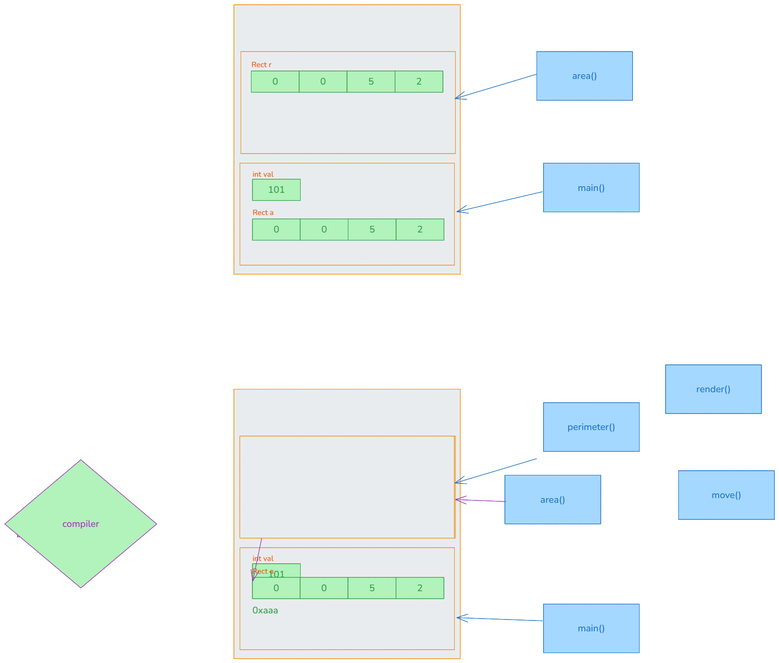
Before: img/02.oop_intro.excalidraw.png, a diagram exported from Excalidraw (silvercodes/P42_cpp_oop). Source tidied: one line per element, renumbered; positions are measured from the earlier drawing's top-left corner, leaving out a move shared by most shapes.
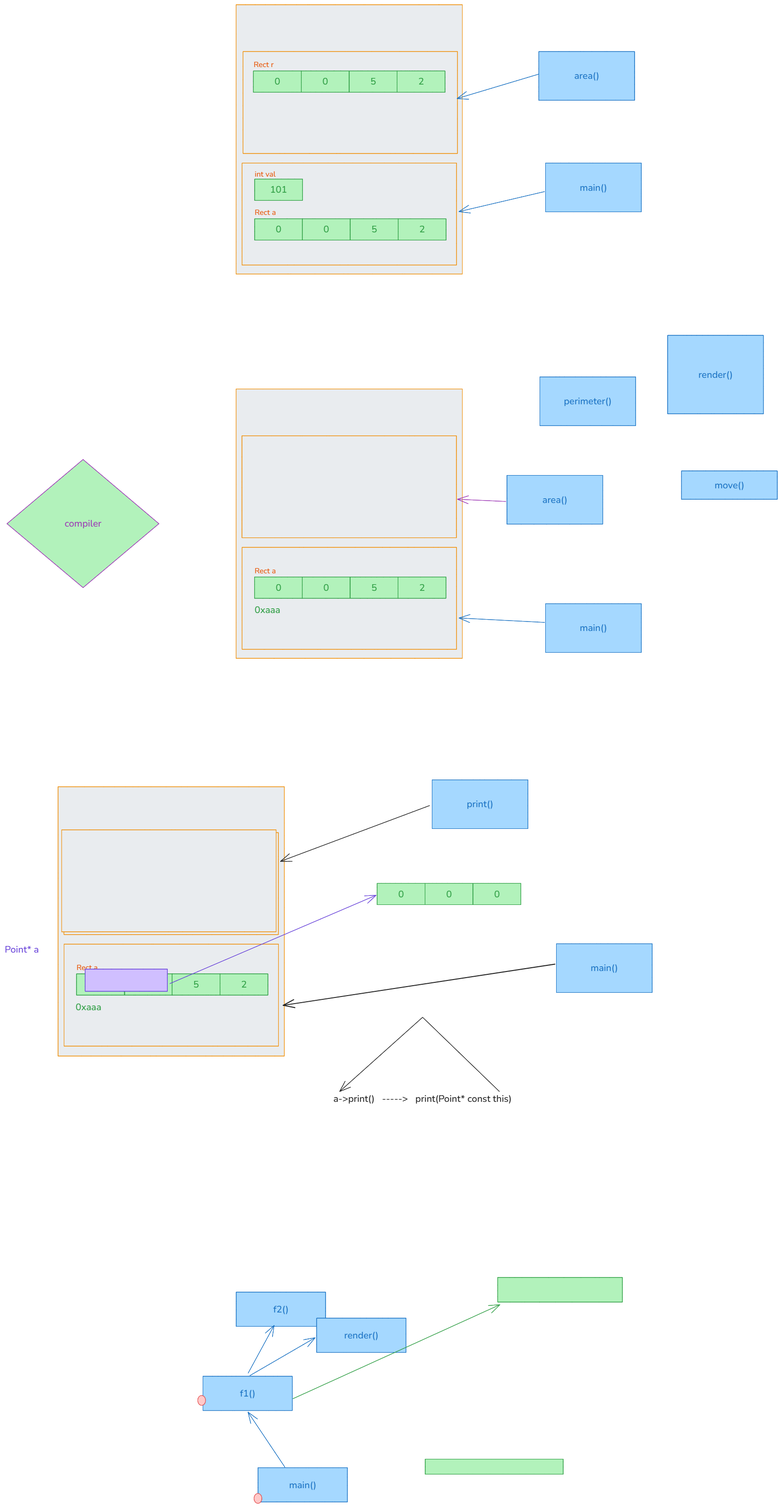
Above is the later version.

Change to the diagram source:
```diff
@@ -30,11 +30,11 @@
 {"id": 29, "type": "text", "text": "Rect r", "strokeColor": "#e8590c", "backgroundColor": "#e9ecef", "fillStyle": "solid", "strokeWidth": 1, "roughness": 0, "fontSize": 16, "fontFamily": 6, "x": 522, "y": 116, "width": 42, "height": 22}
 {"id": 30, "type": "rectangle", "strokeColor": "#f08c00", "backgroundColor": "#e9ecef", "fillStyle": "solid", "strokeWidth": 1, "roughness": 0, "x": 485, "y": 814, "width": 479, "height": 570}
 {"id": 31, "type": "rectangle", "strokeColor": "#f08c00", "backgroundColor": "#e9ecef", "fillStyle": "solid", "strokeWidth": 1, "roughness": 0, "x": 498, "y": 1149, "width": 454, "height": 216}
-{"id": 32, "type": "rectangle", "strokeColor": "#1971c2", "backgroundColor": "#a5d8ff", "fillStyle": "solid", "strokeWidth": 1, "roughness": 0, "x": 1140, "y": 1268, "width": 203, "height": 103}
-{"id": 33, "type": "text", "text": "main()", "strokeColor": "#1971c2", "backgroundColor": "#a5d8ff", "fillStyle": "solid", "strokeWidth": 1, "roughness": 0, "fontSize": 20, "fontFamily": 6, "textAlign": "center", "verticalAlign": "middle", "inside": 32, "x": 1212, "y": 1306, "width": 58, "height": 27}
+{"id": 57, "type": "rectangle", "strokeColor": "#1971c2", "backgroundColor": "#a5d8ff", "fillStyle": "solid", "strokeWidth": 1, "roughness": 0, "x": 1140, "y": 1268, "width": 203, "height": 103}
+{"id": 58, "type": "text", "text": "main()", "strokeColor": "#1971c2", "backgroundColor": "#a5d8ff", "fillStyle": "solid", "strokeWidth": 1, "roughness": 0, "fontSize": 20, "fontFamily": 6, "textAlign": "center", "verticalAlign": "middle", "inside": 57, "x": 1212, "y": 1306, "width": 58, "height": 27}
-{"id": 34, "type": "rectangle", "strokeColor": "#1971c2", "backgroundColor": "#a5d8ff", "fillStyle": "solid", "strokeWidth": 1, "roughness": 0, "x": 1058, "y": 996, "width": 203, "height": 103}
+{"id": 34, "type": "rectangle", "strokeColor": "#1971c2", "backgroundColor": "#a5d8ff", "fillStyle": "solid", "strokeWidth": 1, "roughness": 0, "x": 1058, "y": 997, "width": 203, "height": 103}
-{"id": 35, "type": "text", "text": "area()", "strokeColor": "#1971c2", "backgroundColor": "#a5d8ff", "fillStyle": "solid", "strokeWidth": 1, "roughness": 0, "fontSize": 20, "fontFamily": 6, "textAlign": "center", "verticalAlign": "middle", "inside": 34, "x": 1133, "y": 1034, "width": 53, "height": 27}
+{"id": 35, "type": "text", "text": "area()", "strokeColor": "#1971c2", "backgroundColor": "#a5d8ff", "fillStyle": "solid", "strokeWidth": 1, "roughness": 0, "fontSize": 20, "fontFamily": 6, "textAlign": "center", "verticalAlign": "middle", "inside": 34, "x": 1133, "y": 1035, "width": 53, "height": 27}
-{"id": 36, "type": "arrow", "strokeColor": "#1971c2", "backgroundColor": "#a5d8ff", "fillStyle": "solid", "strokeWidth": 1, "roughness": 0, "endArrowhead": "arrow", "round": true, "from": 32, "to": 31, "x": 1138, "y": 1304, "width": 181, "height": 7, "points": [[0, 0], [-181, -7]]}
+{"id": 36, "type": "arrow", "strokeColor": "#1971c2", "backgroundColor": "#a5d8ff", "fillStyle": "solid", "strokeWidth": 1, "roughness": 0, "endArrowhead": "arrow", "round": true, "from": 57, "to": 31, "x": 1138, "y": 1308, "width": 181, "height": 9, "points": [[0, 0], [-181, -9]]}
 {"id": 37, "type": "rectangle", "strokeColor": "#2f9e44", "backgroundColor": "#b2f2bb", "fillStyle": "solid", "strokeWidth": 1, "roughness": 0, "x": 524, "y": 1212, "width": 101, "height": 45}
 {"id": 38, "type": "text", "text": "0", "strokeColor": "#2f9e44", "backgroundColor": "#b2f2bb", "fillStyle": "solid", "strokeWidth": 1, "roughness": 0, "fontSize": 20, "fontFamily": 6, "textAlign": "center", "verticalAlign": "middle", "inside": 37, "x": 569, "y": 1221, "width": 12, "height": 27}
 {"id": 39, "type": "rectangle", "strokeColor": "#2f9e44", "backgroundColor": "#b2f2bb", "fillStyle": "solid", "strokeWidth": 1, "roughness": 0, "x": 625, "y": 1212, "width": 101, "height": 45}
@@ -45,13 +45,33 @@
 {"id": 44, "type": "text", "text": "2", "strokeColor": "#2f9e44", "backgroundColor": "#b2f2bb", "fillStyle": "solid", "strokeWidth": 1, "roughness": 0, "fontSize": 20, "fontFamily": 6, "textAlign": "center", "verticalAlign": "middle", "inside": 43, "x": 872, "y": 1221, "width": 12, "height": 27}
 {"id": 45, "type": "text", "text": "Rect a", "strokeColor": "#e8590c", "backgroundColor": "#e9ecef", "fillStyle": "solid", "strokeWidth": 1, "roughness": 0, "fontSize": 16, "fontFamily": 6, "x": 524, "y": 1188, "width": 45, "height": 22}
 {"id": 46, "type": "text", "text": "0xaaa", "strokeColor": "#2f9e44", "backgroundColor": "#b2f2bb", "fillStyle": "solid", "strokeWidth": 1, "roughness": 0, "fontSize": 20, "fontFamily": 6, "x": 524, "y": 1268, "width": 54, "height": 27}
-{"id": 47, "type": "rectangle", "strokeColor": "#1971c2", "backgroundColor": "#a5d8ff", "fillStyle": "solid", "strokeWidth": 1, "roughness": 0, "x": 1140, "y": 842, "width": 203, "height": 103}
+{"id": 47, "type": "rectangle", "strokeColor": "#1971c2", "backgroundColor": "#a5d8ff", "fillStyle": "solid", "strokeWidth": 1, "roughness": 0, "x": 1128, "y": 788, "width": 203, "height": 103}
-{"id": 48, "type": "text", "text": "perimeter()", "strokeColor": "#1971c2", "backgroundColor": "#a5d8ff", "fillStyle": "solid", "strokeWidth": 1, "roughness": 0, "fontSize": 20, "fontFamily": 6, "textAlign": "center", "verticalAlign": "middle", "inside": 47, "x": 1191, "y": 880, "width": 101, "height": 27}
+{"id": 48, "type": "text", "text": "perimeter()", "strokeColor": "#1971c2", "backgroundColor": "#a5d8ff", "fillStyle": "solid", "strokeWidth": 1, "roughness": 0, "fontSize": 20, "fontFamily": 6, "textAlign": "center", "verticalAlign": "middle", "inside": 47, "x": 1179, "y": 826, "width": 101, "height": 27}
-{"id": 49, "type": "rectangle", "strokeColor": "#1971c2", "backgroundColor": "#a5d8ff", "fillStyle": "solid", "strokeWidth": 1, "roughness": 0, "x": 1426, "y": 986, "width": 203, "height": 103}
+{"id": 49, "type": "rectangle", "strokeColor": "#1971c2", "backgroundColor": "#a5d8ff", "fillStyle": "solid", "strokeWidth": 1, "roughness": 0, "x": 1428, "y": 987, "width": 203, "height": 60}
-{"id": 50, "type": "text", "text": "move()", "strokeColor": "#1971c2", "backgroundColor": "#a5d8ff", "fillStyle": "solid", "strokeWidth": 1, "roughness": 0, "fontSize": 20, "fontFamily": 6, "textAlign": "center", "verticalAlign": "middle", "inside": 49, "x": 1495, "y": 1024, "width": 63, "height": 27}
+{"id": 50, "type": "text", "text": "move()", "strokeColor": "#1971c2", "backgroundColor": "#a5d8ff", "fillStyle": "solid", "strokeWidth": 1, "roughness": 0, "fontSize": 20, "fontFamily": 6, "textAlign": "center", "verticalAlign": "middle", "inside": 49, "x": 1497, "y": 1004, "width": 63, "height": 27}
-{"id": 51, "type": "rectangle", "strokeColor": "#1971c2", "backgroundColor": "#a5d8ff", "fillStyle": "solid", "strokeWidth": 1, "roughness": 0, "x": 1398, "y": 762, "width": 203, "height": 103}
+{"id": 51, "type": "rectangle", "strokeColor": "#1971c2", "backgroundColor": "#a5d8ff", "fillStyle": "solid", "strokeWidth": 1, "roughness": 0, "x": 1398, "y": 700, "width": 203, "height": 166}
-{"id": 52, "type": "text", "text": "render()", "strokeColor": "#1971c2", "backgroundColor": "#a5d8ff", "fillStyle": "solid", "strokeWidth": 1, "roughness": 0, "fontSize": 20, "fontFamily": 6, "textAlign": "center", "verticalAlign": "middle", "inside": 51, "x": 1463, "y": 800, "width": 73, "height": 27}
+{"id": 52, "type": "text", "text": "render()", "strokeColor": "#1971c2", "backgroundColor": "#a5d8ff", "fillStyle": "solid", "strokeWidth": 1, "roughness": 0, "fontSize": 20, "fontFamily": 6, "textAlign": "center", "verticalAlign": "middle", "inside": 51, "x": 1463, "y": 770, "width": 73, "height": 27}
 {"id": 53, "type": "rectangle", "strokeColor": "#f08c00", "backgroundColor": "#e9ecef", "fillStyle": "solid", "strokeWidth": 1, "roughness": 0, "x": 497, "y": 913, "width": 454, "height": 216}
-{"id": 54, "type": "arrow", "strokeColor": "#9c36b5", "backgroundColor": "#b2f2bb", "fillStyle": "solid", "strokeWidth": 1, "roughness": 0, "endArrowhead": "arrow", "round": true, "from": 34, "to": 53, "x": 1060, "y": 1051, "width": 107, "height": 4, "points": [[0, 0], [-107, -4]]}
+{"id": 54, "type": "arrow", "strokeColor": "#9c36b5", "backgroundColor": "#b2f2bb", "fillStyle": "solid", "strokeWidth": 1, "roughness": 0, "endArrowhead": "arrow", "round": true, "from": 34, "to": 53, "x": 1056, "y": 1052, "width": 102, "height": 5, "points": [[0, 0], [-102, -5]]}
 {"id": 55, "type": "diamond", "strokeColor": "#9c36b5", "backgroundColor": "#b2f2bb", "fillStyle": "solid", "strokeWidth": 1, "roughness": 0, "x": 0, "y": 963, "width": 322, "height": 271}
 {"id": 56, "type": "text", "text": "compiler", "strokeColor": "#9c36b5", "backgroundColor": "#b2f2bb", "fillStyle": "solid", "strokeWidth": 1, "roughness": 0, "fontSize": 20, "fontFamily": 6, "textAlign": "center", "verticalAlign": "middle", "inside": 55, "x": 122, "y": 1085, "width": 78, "height": 27}
+{"id": 59, "type": "rectangle", "strokeColor": "#2f9e44", "backgroundColor": "#b2f2bb", "fillStyle": "solid", "strokeWidth": 1, "roughness": 0, "x": 783, "y": 1860, "width": 101, "height": 45}
+{"id": 60, "type": "text", "text": "0", "strokeColor": "#2f9e44", "backgroundColor": "#b2f2bb", "fillStyle": "solid", "strokeWidth": 1, "roughness": 0, "fontSize": 20, "fontFamily": 6, "textAlign": "center", "verticalAlign": "middle", "inside": 59, "x": 828, "y": 1869, "width": 12, "height": 27}
+{"id": 61, "type": "rectangle", "strokeColor": "#2f9e44", "backgroundColor": "#b2f2bb", "fillStyle": "solid", "strokeWidth": 1, "roughness": 0, "x": 885, "y": 1860, "width": 101, "height": 45}
+{"id": 62, "type": "text", "text": "0", "strokeColor": "#2f9e44", "backgroundColor": "#b2f2bb", "fillStyle": "solid", "strokeWidth": 1, "roughness": 0, "fontSize": 20, "fontFamily": 6, "textAlign": "center", "verticalAlign": "middle", "inside": 61, "x": 929, "y": 1869, "width": 12, "height": 27}
+{"id": 63, "type": "rectangle", "strokeColor": "#2f9e44", "backgroundColor": "#b2f2bb", "fillStyle": "solid", "strokeWidth": 1, "roughness": 0, "x": 986, "y": 1860, "width": 101, "height": 45}
+{"id": 64, "type": "text", "text": "0", "strokeColor": "#2f9e44", "backgroundColor": "#b2f2bb", "fillStyle": "solid", "strokeWidth": 1, "roughness": 0, "fontSize": 20, "fontFamily": 6, "textAlign": "center", "verticalAlign": "middle", "inside": 63, "x": 1031, "y": 1869, "width": 12, "height": 27}
+{"id": 65, "type": "rectangle", "strokeColor": "#1971c2", "backgroundColor": "#a5d8ff", "fillStyle": "solid", "strokeWidth": 1, "roughness": 0, "x": 1163, "y": 1988, "width": 203, "height": 103}
+{"id": 66, "type": "text", "text": "main()", "strokeColor": "#1971c2", "backgroundColor": "#a5d8ff", "fillStyle": "solid", "strokeWidth": 1, "roughness": 0, "fontSize": 20, "fontFamily": 6, "textAlign": "center", "verticalAlign": "middle", "inside": 65, "x": 1235, "y": 2026, "width": 58, "height": 27}
+{"id": 32, "type": "rectangle", "strokeColor": "#1971c2", "backgroundColor": "#a5d8ff", "fillStyle": "solid", "strokeWidth": 1, "roughness": 0, "x": 900, "y": 1641, "width": 203, "height": 103}
+{"id": 33, "type": "text", "text": "print()", "strokeColor": "#1971c2", "backgroundColor": "#a5d8ff", "fillStyle": "solid", "strokeWidth": 1, "roughness": 0, "fontSize": 20, "fontFamily": 6, "textAlign": "center", "verticalAlign": "middle", "inside": 32, "x": 973, "y": 1679, "width": 56, "height": 27}
+{"id": 67, "type": "rectangle", "strokeColor": "#f08c00", "backgroundColor": "#e9ecef", "fillStyle": "solid", "strokeWidth": 1, "roughness": 0, "x": 108, "y": 1656, "width": 479, "height": 570}
+{"id": 68, "type": "rectangle", "strokeColor": "#f08c00", "backgroundColor": "#e9ecef", "fillStyle": "solid", "strokeWidth": 1, "roughness": 0, "x": 121, "y": 1989, "width": 454, "height": 216}
+{"id": 69, "type": "arrow", "strokeColor": "#1e1e1e", "strokeWidth": 2, "roughness": 0, "endArrowhead": "arrow", "from": 65, "to": 68, "x": 1159, "y": 2032, "width": 575, "height": 87, "points": [[0, 0], [-575, 87]]}
+{"id": 70, "type": "rectangle", "strokeColor": "#6741d9", "backgroundColor": "#d0bfff", "fillStyle": "solid", "strokeWidth": 1, "roughness": 0, "x": 165, "y": 2042, "width": 174, "height": 47}
+{"id": 71, "type": "text", "text": "Point* a", "strokeColor": "#6741d9", "backgroundColor": "#d0bfff", "fillStyle": "solid", "strokeWidth": 1, "roughness": 0, "fontSize": 20, "fontFamily": 6, "x": -5, "y": 1987, "width": 72, "height": 27}
+{"id": 72, "type": "arrow", "strokeColor": "#6741d9", "backgroundColor": "#d0bfff", "fillStyle": "solid", "strokeWidth": 1, "roughness": 0, "endArrowhead": "arrow", "round": true, "from": 70, "to": 59, "x": 344, "y": 2073, "width": 437, "height": 187, "points": [[0, 0], [437, -187]]}
+{"id": 73, "type": "rectangle", "strokeColor": "#f08c00", "backgroundColor": "#e9ecef", "fillStyle": "solid", "strokeWidth": 1, "roughness": 0, "x": 116, "y": 1747, "width": 454, "height": 216}
+{"id": 74, "type": "arrow", "strokeColor": "#1e1e1e", "backgroundColor": "#d0bfff", "fillStyle": "solid", "strokeWidth": 1, "roughness": 0, "endArrowhead": "arrow", "round": true, "from": 32, "to": 73, "x": 894, "y": 1696, "width": 316, "height": 118, "points": [[0, 0], [-316, 118]]}
+{"id": 75, "type": "text", "text": "a->print()   ----->   print(Point* const this)", "strokeColor": "#1e1e1e", "backgroundColor": "#d0bfff", "fillStyle": "solid", "strokeWidth": 1, "roughness": 0, "fontSize": 20, "fontFamily": 6, "x": 691, "y": 2302, "width": 377, "height": 27}
+{"id": 76, "type": "arrow", "strokeColor": "#1e1e1e", "backgroundColor": "#d0bfff", "fillStyle": "solid", "strokeWidth": 1, "roughness": 0, "endArrowhead": "arrow", "from": 75, "to": 75, "x": 1042, "y": 2301, "width": 338, "height": 157, "points": [[0, 0], [-163, -157], [-338, 0]]}
```
